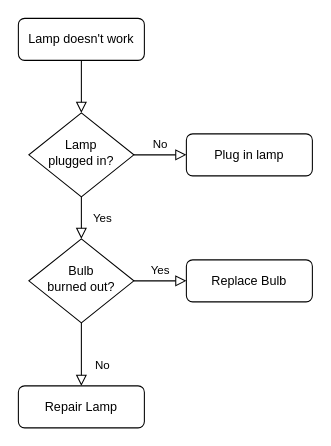
Earlier version of the draw.io diagram Untitled Diagram.drawio (baylakmongush/Vampolis). Source tidied: cells renumbered, new cells numbered last; positions are measured from the earlier drawing's top-left corner, leaving out a move shared by most shapes. Both pictures are drawn from the tidied source at 105%, with x=0, y=0 at pixel (18, 18).
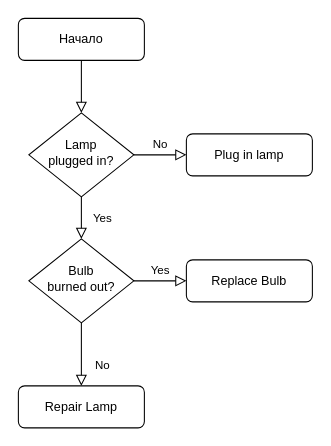
Above is the later version.

Change to the diagram source:
```diff
@@
 <mxGraphModel>
   <root>
     <mxCell id="0" />
     <mxCell id="1" parent="0" />
     <mxCell id="2" style="rounded=0;html=1;jettySize=auto;fontSize=11;endArrow=block;endFill=0;endSize=8;strokeWidth=1;shadow=0;labelBackgroundColor=none;edgeStyle=orthogonalEdgeStyle;" parent="1" edge="1" source="3" target="6">
       <mxGeometry relative="1" as="geometry" />
     </mxCell>
-    <mxCell id="3" value="Lamp doesn't work" style="rounded=1;whiteSpace=wrap;html=1;fontSize=12;glass=0;strokeWidth=1;shadow=0;" parent="1" vertex="1">
+    <mxCell id="3" value="Начало" style="rounded=1;whiteSpace=wrap;html=1;fontSize=12;glass=0;strokeWidth=1;shadow=0;" parent="1" vertex="1">
       <mxGeometry width="120" height="40" as="geometry" />
     </mxCell>
     <mxCell id="4" value="Yes" style="rounded=0;html=1;jettySize=auto;fontSize=11;endArrow=block;endFill=0;endSize=8;strokeWidth=1;shadow=0;labelBackgroundColor=none;edgeStyle=orthogonalEdgeStyle;" parent="1" edge="1" source="6" target="10">
       <mxGeometry y="20" relative="1" as="geometry" />
     </mxCell>
     <mxCell id="5" value="No" style="edgeStyle=orthogonalEdgeStyle;rounded=0;html=1;jettySize=auto;fontSize=11;endArrow=block;endFill=0;endSize=8;strokeWidth=1;shadow=0;labelBackgroundColor=none;" parent="1" edge="1" source="6" target="7">
       <mxGeometry y="10" relative="1" as="geometry" />
     </mxCell>
     <mxCell id="6" value="Lamp&lt;br&gt;plugged in?" style="rhombus;whiteSpace=wrap;html=1;shadow=0;fontFamily=Helvetica;fontSize=12;align=center;strokeWidth=1;spacing=6;spacingTop=-4;" parent="1" vertex="1">
       <mxGeometry x="10" y="90" width="100" height="80" as="geometry" />
     </mxCell>
     <mxCell id="7" value="Plug in lamp" style="rounded=1;whiteSpace=wrap;html=1;fontSize=12;glass=0;strokeWidth=1;shadow=0;" parent="1" vertex="1">
       <mxGeometry x="160" y="110" width="120" height="40" as="geometry" />
     </mxCell>
     <mxCell id="8" value="No" style="rounded=0;html=1;jettySize=auto;fontSize=11;endArrow=block;endFill=0;endSize=8;strokeWidth=1;shadow=0;labelBackgroundColor=none;edgeStyle=orthogonalEdgeStyle;" parent="1" edge="1" source="10" target="11">
       <mxGeometry x="0.33" y="20" relative="1" as="geometry" />
     </mxCell>
     <mxCell id="9" value="Yes" style="edgeStyle=orthogonalEdgeStyle;rounded=0;html=1;jettySize=auto;fontSize=11;endArrow=block;endFill=0;endSize=8;strokeWidth=1;shadow=0;labelBackgroundColor=none;" parent="1" edge="1" source="10" target="12">
       <mxGeometry y="10" relative="1" as="geometry" />
     </mxCell>
     <mxCell id="10" value="Bulb&lt;br&gt;burned out?" style="rhombus;whiteSpace=wrap;html=1;shadow=0;fontFamily=Helvetica;fontSize=12;align=center;strokeWidth=1;spacing=6;spacingTop=-4;" parent="1" vertex="1">
       <mxGeometry x="10" y="210" width="100" height="80" as="geometry" />
     </mxCell>
     <mxCell id="11" value="Repair Lamp" style="rounded=1;whiteSpace=wrap;html=1;fontSize=12;glass=0;strokeWidth=1;shadow=0;" parent="1" vertex="1">
       <mxGeometry y="350" width="120" height="40" as="geometry" />
     </mxCell>
     <mxCell id="12" value="Replace Bulb" style="rounded=1;whiteSpace=wrap;html=1;fontSize=12;glass=0;strokeWidth=1;shadow=0;" parent="1" vertex="1">
       <mxGeometry x="160" y="230" width="120" height="40" as="geometry" />
     </mxCell>
   </root>
 </mxGraphModel>
```
